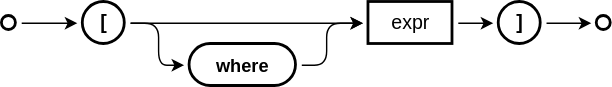
Earlier version of the draw.io export cds/assets/cxl/infix-filter.drawio.svg (capire/docs). Source tidied: cells renumbered, new cells last; positions are measured from the earlier drawing's top-left corner, leaving out a move shared by most shapes.
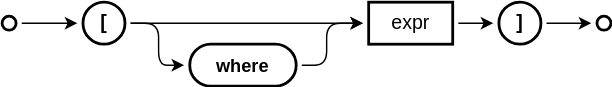
Later version of the same file.

Diff of the diagram source:
```diff
@@ -2,44 +2,44 @@
   <root>
     <mxCell id="0" />
     <mxCell id="1" parent="0" />
-    <mxCell id="2" style="ellipse;whiteSpace=wrap;html=1;rounded=1;strokeColor=#000000;strokeWidth=2;align=center;verticalAlign=middle;fontFamily=Helvetica;fontSize=11;fontColor=#000000;labelBackgroundColor=none;fillColor=#FFFFFF;perimeterSpacing=4;" parent="1" vertex="1">
+    <mxCell id="2" style="ellipse;whiteSpace=wrap;html=1;rounded=1;strokeColor=default;strokeWidth=2;align=center;verticalAlign=middle;fontFamily=Helvetica;fontSize=11;fontColor=default;labelBackgroundColor=default;fillColor=default;perimeterSpacing=4;" parent="1" vertex="1">
       <mxGeometry y="10" width="10" height="10" as="geometry" />
     </mxCell>
-    <mxCell id="3" style="ellipse;whiteSpace=wrap;html=1;rounded=1;strokeColor=#000000;strokeWidth=2;align=center;verticalAlign=middle;fontFamily=Helvetica;fontSize=11;fontColor=#000000;labelBackgroundColor=none;fillColor=#FFFFFF;perimeterSpacing=4;" parent="1" vertex="1">
+    <mxCell id="3" style="ellipse;whiteSpace=wrap;html=1;rounded=1;strokeColor=default;strokeWidth=2;align=center;verticalAlign=middle;fontFamily=Helvetica;fontSize=11;fontColor=default;labelBackgroundColor=default;fillColor=default;perimeterSpacing=4;" parent="1" vertex="1">
       <mxGeometry x="424.8" y="10" width="10" height="10" as="geometry" />
     </mxCell>
-    <mxCell id="4" style="edgeStyle=orthogonalEdgeStyle;rounded=0;jettySize=auto;html=1;labelBackgroundColor=none;fontColor=#000000;strokeColor=#000000;" parent="1" edge="1" source="5" target="8">
+    <mxCell id="4" style="edgeStyle=orthogonalEdgeStyle;rounded=0;jettySize=auto;html=1;" parent="1" edge="1" source="5" target="8">
       <mxGeometry relative="1" as="geometry" />
     </mxCell>
-    <mxCell id="5" value="&lt;b&gt;[&lt;/b&gt;" style="rounded=1;whiteSpace=wrap;html=1;strokeWidth=2;arcSize=50;fontSize=14;perimeterSpacing=4;fillColor=#FFFFFF;labelBackgroundColor=none;fontColor=#000000;strokeColor=#000000;" parent="1" vertex="1">
+    <mxCell id="5" value="&lt;b&gt;[&lt;/b&gt;" style="rounded=1;whiteSpace=wrap;html=1;strokeWidth=2;arcSize=50;fontSize=14;perimeterSpacing=4;" parent="1" vertex="1">
       <mxGeometry x="57.8" width="30" height="30" as="geometry" />
     </mxCell>
-    <mxCell id="6" value="&lt;b&gt;]&lt;/b&gt;" style="rounded=1;whiteSpace=wrap;html=1;strokeWidth=2;arcSize=50;fontSize=14;perimeterSpacing=4;fillColor=#FFFFFF;labelBackgroundColor=none;fontColor=#000000;strokeColor=#000000;" parent="1" vertex="1">
+    <mxCell id="6" value="&lt;b&gt;]&lt;/b&gt;" style="rounded=1;whiteSpace=wrap;html=1;strokeWidth=2;arcSize=50;fontSize=14;perimeterSpacing=4;" parent="1" vertex="1">
       <mxGeometry x="354.8" width="30" height="30" as="geometry" />
     </mxCell>
-    <mxCell id="7" style="edgeStyle=orthogonalEdgeStyle;rounded=0;jettySize=auto;html=1;labelBackgroundColor=none;fontColor=#000000;strokeColor=#000000;" parent="1" edge="1" source="8" target="6">
+    <mxCell id="7" style="edgeStyle=orthogonalEdgeStyle;rounded=0;jettySize=auto;html=1;" parent="1" edge="1" source="8" target="6">
       <mxGeometry relative="1" as="geometry" />
     </mxCell>
-    <mxCell id="8" value="expr" style="rounded=1;whiteSpace=wrap;html=1;strokeWidth=2;arcSize=0;fontSize=14;perimeterSpacing=4;fillColor=#FFFFFF;labelBackgroundColor=none;fontColor=#000000;strokeColor=#000000;" parent="1" vertex="1">
+    <mxCell id="8" value="expr" style="rounded=1;whiteSpace=wrap;html=1;strokeWidth=2;arcSize=0;fontSize=14;perimeterSpacing=4;" parent="1" vertex="1">
       <mxGeometry x="261.8" width="60" height="30" as="geometry" />
     </mxCell>
-    <mxCell id="9" style="edgeStyle=elbowEdgeStyle;rounded=1;jettySize=auto;html=1;entryX=0;entryY=0.5;entryDx=0;entryDy=0;arcSize=20;elbow=vertical;labelBackgroundColor=none;fontColor=#000000;strokeColor=#000000;" parent="1" edge="1" source="6" target="3">
+    <mxCell id="9" style="edgeStyle=elbowEdgeStyle;rounded=1;jettySize=auto;html=1;entryX=0;entryY=0.5;entryDx=0;entryDy=0;arcSize=20;elbow=vertical;" parent="1" edge="1" source="6" target="3">
       <mxGeometry relative="1" as="geometry" />
     </mxCell>
-    <mxCell id="10" style="edgeStyle=orthogonalEdgeStyle;rounded=0;jettySize=auto;html=1;exitX=1;exitY=0.5;exitDx=0;exitDy=0;labelBackgroundColor=none;fontColor=#000000;strokeColor=#000000;" parent="1" edge="1" source="2" target="5">
+    <mxCell id="10" style="edgeStyle=orthogonalEdgeStyle;rounded=0;jettySize=auto;html=1;exitX=1;exitY=0.5;exitDx=0;exitDy=0;" parent="1" edge="1" source="2" target="5">
       <mxGeometry relative="1" as="geometry" />
     </mxCell>
-    <mxCell id="11" value="&lt;b&gt;&lt;font style=&quot;font-size: 13px;&quot;&gt;where&lt;/font&gt;&lt;/b&gt;" style="rounded=1;whiteSpace=wrap;html=1;strokeWidth=2;arcSize=50;fontSize=14;perimeterSpacing=4;fillColor=#FFFFFF;labelBackgroundColor=none;fontColor=#000000;strokeColor=#000000;" parent="1" vertex="1">
+    <mxCell id="11" value="&lt;b&gt;&lt;font style=&quot;font-size: 13px;&quot;&gt;where&lt;/font&gt;&lt;/b&gt;" style="rounded=1;whiteSpace=wrap;html=1;strokeWidth=2;arcSize=50;fontSize=14;perimeterSpacing=4;" parent="1" vertex="1">
       <mxGeometry x="134" y="30" width="76" height="30" as="geometry" />
     </mxCell>
-    <mxCell id="12" style="edgeStyle=elbowEdgeStyle;rounded=1;jettySize=auto;html=1;curved=0;arcSize=20;exitX=1;exitY=0.5;exitDx=0;exitDy=0;entryX=0;entryY=0.5;entryDx=0;entryDy=0;labelBackgroundColor=none;fontColor=#000000;strokeColor=#000000;" parent="1" edge="1" source="5" target="11">
+    <mxCell id="12" style="edgeStyle=elbowEdgeStyle;rounded=1;jettySize=auto;html=1;curved=0;arcSize=20;exitX=1;exitY=0.5;exitDx=0;exitDy=0;entryX=0;entryY=0.5;entryDx=0;entryDy=0;" parent="1" edge="1" source="5" target="11">
       <mxGeometry relative="1" as="geometry">
         <Array as="points">
           <mxPoint x="111.8" y="40" />
         </Array>
       </mxGeometry>
     </mxCell>
-    <mxCell id="13" style="edgeStyle=elbowEdgeStyle;rounded=1;jettySize=auto;html=1;curved=0;arcSize=20;exitX=1;exitY=0.5;exitDx=0;exitDy=0;labelBackgroundColor=none;fontColor=#000000;strokeColor=#000000;" parent="1" edge="1" source="11" target="8">
+    <mxCell id="13" style="edgeStyle=elbowEdgeStyle;rounded=1;jettySize=auto;html=1;curved=0;arcSize=20;exitX=1;exitY=0.5;exitDx=0;exitDy=0;" parent="1" edge="1" source="11" target="8">
       <mxGeometry relative="1" as="geometry">
         <Array as="points">
           <mxPoint x="231.8" y="40" />
```
